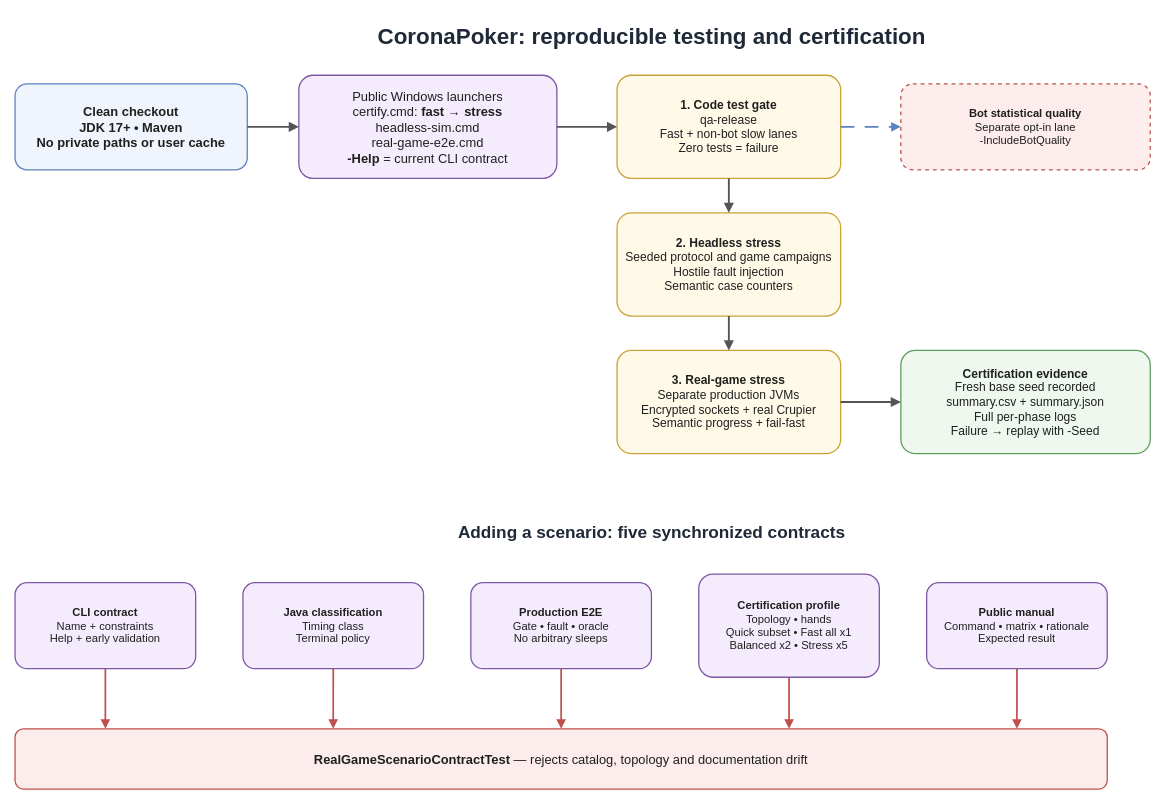
Earlier version of the draw.io diagram docs/diagrams/testing-certification-flow.drawio (tonikelope/coronapoker). Source tidied: cells renumbered, new cells numbered last; positions are measured from the earlier drawing's top-left corner, leaving out a move shared by most shapes. Both pictures are drawn from the tidied source at 86%, with x=0, y=0 at pixel (15, 15).
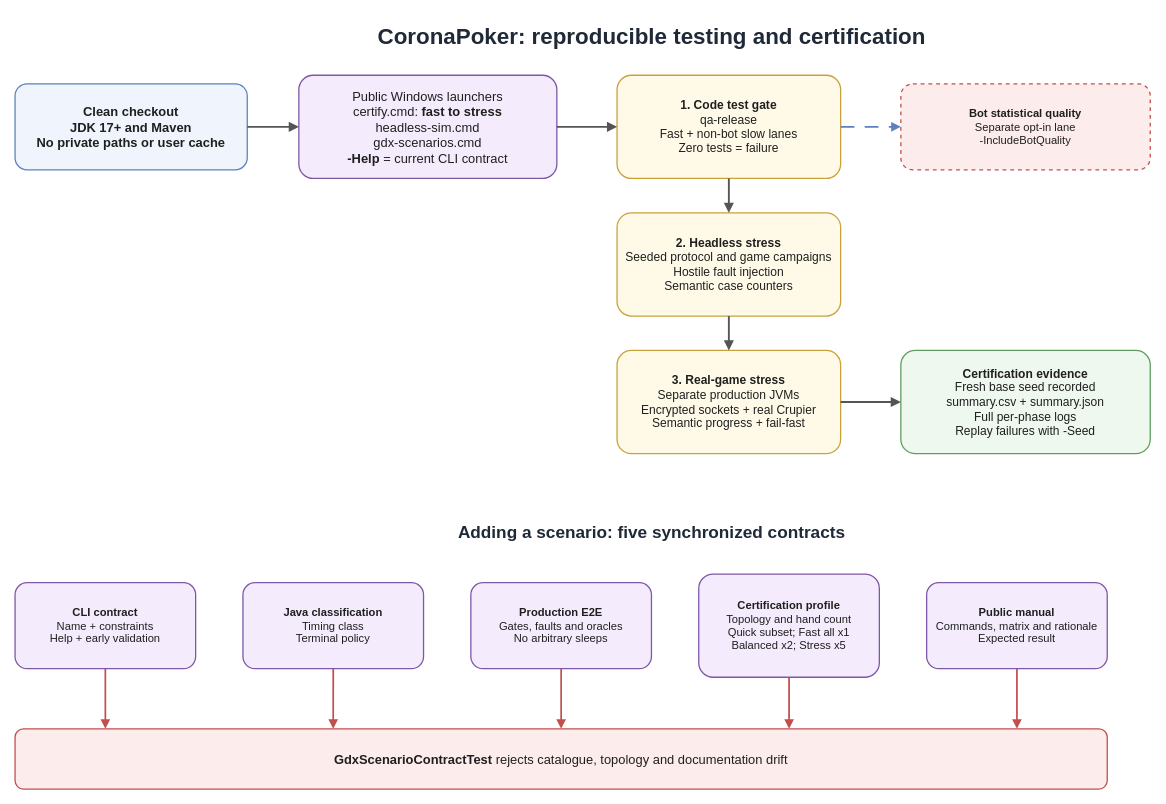
The same diagram, later.

The edit, as a diff of the source:
```diff
@@
-    <mxCell id="3" value="Clean checkout&#10;JDK 17+ • Maven&#10;No private paths or user cache" style="rounded=1;arcSize=14;whiteSpace=wrap;html=1;fillColor=#F0F5FD;strokeColor=#5B82BE;strokeWidth=1.5;fontColor=#1f1f1f;fontSize=15;fontStyle=1;" parent="1" vertex="1">
+    <mxCell id="3" value="Clean checkout&#10;JDK 17+ and Maven&#10;No private paths or user cache" style="rounded=1;arcSize=14;whiteSpace=wrap;html=1;fillColor=#F0F5FD;strokeColor=#5B82BE;strokeWidth=1.5;fontColor=#1f1f1f;fontSize=15;fontStyle=1;" parent="1" vertex="1">
       <mxGeometry y="80" width="270" height="100" as="geometry" />
     </mxCell>
-    <mxCell id="4" value="Public Windows launchers&#10;certify.cmd: &lt;b&gt;fast → stress&lt;/b&gt;&#10;headless-sim.cmd&#10;real-game-e2e.cmd&#10;&lt;b&gt;-Help&lt;/b&gt; = current CLI contract" style="rounded=1;arcSize=14;whiteSpace=wrap;html=1;fillColor=#F4ECFC;strokeColor=#7E57A6;strokeWidth=1.5;fontColor=#1f1f1f;fontSize=15;" parent="1" vertex="1">
+    <mxCell id="4" value="Public Windows launchers&#10;certify.cmd: &lt;b&gt;fast to stress&lt;/b&gt;&#10;headless-sim.cmd&#10;gdx-scenarios.cmd&#10;&lt;b&gt;-Help&lt;/b&gt; = current CLI contract" style="rounded=1;arcSize=14;whiteSpace=wrap;html=1;fillColor=#F4ECFC;strokeColor=#7E57A6;strokeWidth=1.5;fontColor=#1f1f1f;fontSize=15;" parent="1" vertex="1">
       <mxGeometry x="330" y="70" width="300" height="120" as="geometry" />
     </mxCell>
@@
-    <mxCell id="8" value="&lt;b&gt;Certification evidence&lt;/b&gt;&#10;Fresh base seed recorded&#10;summary.csv + summary.json&#10;Full per-phase logs&#10;Failure → replay with -Seed" style="rounded=1;arcSize=14;whiteSpace=wrap;html=1;fillColor=#EFF8EE;strokeColor=#5E9E5E;strokeWidth=1.5;fontColor=#1f1f1f;fontSize=14;" parent="1" vertex="1">
+    <mxCell id="8" value="&lt;b&gt;Certification evidence&lt;/b&gt;&#10;Fresh base seed recorded&#10;summary.csv + summary.json&#10;Full per-phase logs&#10;Replay failures with -Seed" style="rounded=1;arcSize=14;whiteSpace=wrap;html=1;fillColor=#EFF8EE;strokeColor=#5E9E5E;strokeWidth=1.5;fontColor=#1f1f1f;fontSize=14;" parent="1" vertex="1">
       <mxGeometry x="1030" y="390" width="290" height="120" as="geometry" />
     </mxCell>
@@
-    <mxCell id="13" value="&lt;b&gt;Production E2E&lt;/b&gt;&#10;Gate • fault • oracle&#10;No arbitrary sleeps" style="rounded=1;arcSize=14;whiteSpace=wrap;html=1;fillColor=#F4ECFC;strokeColor=#7E57A6;strokeWidth=1.5;fontColor=#1f1f1f;fontSize=13;" parent="1" vertex="1">
+    <mxCell id="13" value="&lt;b&gt;Production E2E&lt;/b&gt;&#10;Gates, faults and oracles&#10;No arbitrary sleeps" style="rounded=1;arcSize=14;whiteSpace=wrap;html=1;fillColor=#F4ECFC;strokeColor=#7E57A6;strokeWidth=1.5;fontColor=#1f1f1f;fontSize=13;" parent="1" vertex="1">
       <mxGeometry x="530" y="660" width="210" height="100" as="geometry" />
     </mxCell>
-    <mxCell id="14" value="&lt;b&gt;Certification profile&lt;/b&gt;&#10;Topology • hands&#10;Quick subset • Fast all x1&#10;Balanced x2 • Stress x5" style="rounded=1;arcSize=14;whiteSpace=wrap;html=1;fillColor=#F4ECFC;strokeColor=#7E57A6;strokeWidth=1.5;fontColor=#1f1f1f;fontSize=13;" parent="1" vertex="1">
+    <mxCell id="14" value="&lt;b&gt;Certification profile&lt;/b&gt;&#10;Topology and hand count&#10;Quick subset; Fast all x1&#10;Balanced x2; Stress x5" style="rounded=1;arcSize=14;whiteSpace=wrap;html=1;fillColor=#F4ECFC;strokeColor=#7E57A6;strokeWidth=1.5;fontColor=#1f1f1f;fontSize=13;" parent="1" vertex="1">
       <mxGeometry x="795" y="650" width="210" height="120" as="geometry" />
     </mxCell>
-    <mxCell id="15" value="&lt;b&gt;Public manual&lt;/b&gt;&#10;Command • matrix • rationale&#10;Expected result" style="rounded=1;arcSize=14;whiteSpace=wrap;html=1;fillColor=#F4ECFC;strokeColor=#7E57A6;strokeWidth=1.5;fontColor=#1f1f1f;fontSize=13;" parent="1" vertex="1">
+    <mxCell id="15" value="&lt;b&gt;Public manual&lt;/b&gt;&#10;Commands, matrix and rationale&#10;Expected result" style="rounded=1;arcSize=14;whiteSpace=wrap;html=1;fillColor=#F4ECFC;strokeColor=#7E57A6;strokeWidth=1.5;fontColor=#1f1f1f;fontSize=13;" parent="1" vertex="1">
       <mxGeometry x="1060" y="660" width="210" height="100" as="geometry" />
     </mxCell>
-    <mxCell id="16" value="&lt;b&gt;RealGameScenarioContractTest&lt;/b&gt; — rejects catalog, topology and documentation drift" style="rounded=1;arcSize=14;whiteSpace=wrap;html=1;fillColor=#FCEDEC;strokeColor=#C0504D;strokeWidth=1.5;fontColor=#1f1f1f;fontSize=15;" parent="1" vertex="1">
+    <mxCell id="16" value="&lt;b&gt;GdxScenarioContractTest&lt;/b&gt; rejects catalogue, topology and documentation drift" style="rounded=1;arcSize=14;whiteSpace=wrap;html=1;fillColor=#FCEDEC;strokeColor=#C0504D;strokeWidth=1.5;fontColor=#1f1f1f;fontSize=15;" parent="1" vertex="1">
       <mxGeometry y="830" width="1270" height="70" as="geometry" />
     </mxCell>
```
